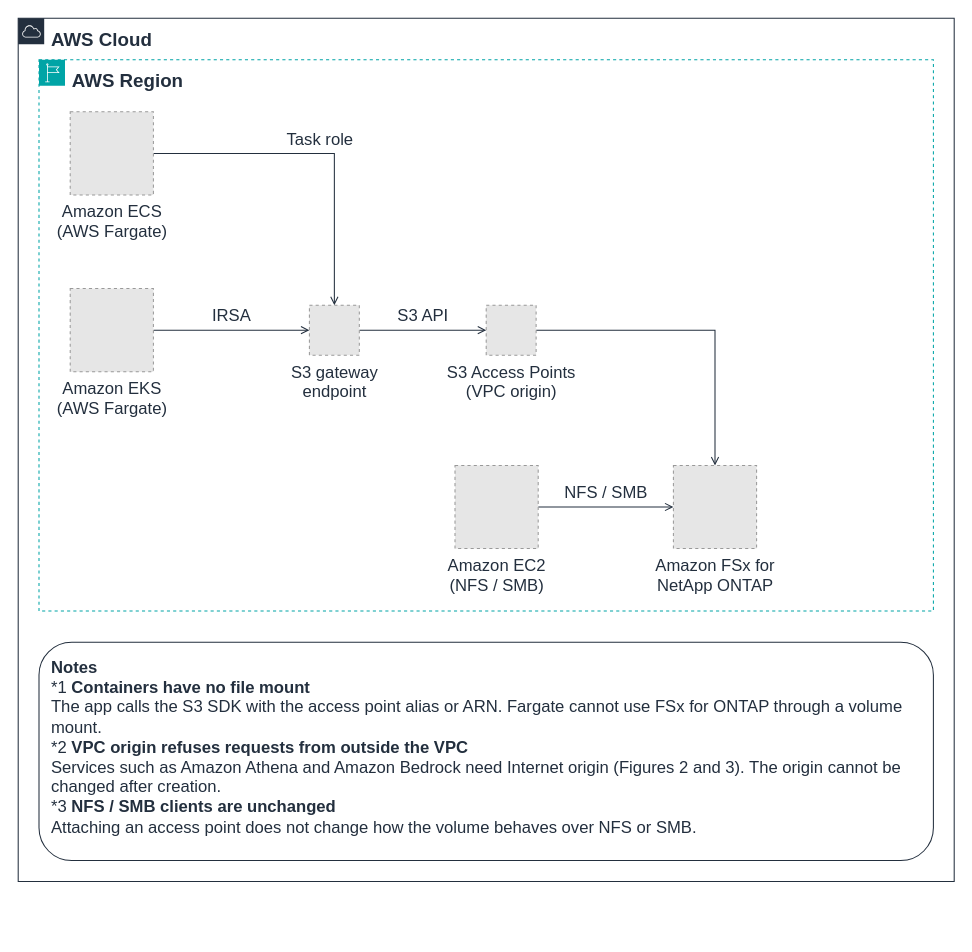
The draw.io diagram docs/_assets/diagrams/s3ap-container-overview-en.drawio in Yoshiki0705/FSx-for-ONTAP-Container-Datastore-Patterns, before the edit. Source tidied: cells renumbered, new cells numbered last; positions are measured from the earlier drawing's top-left corner, leaving out a move shared by most shapes. Both pictures are drawn from the tidied source at 104%, with x=0, y=0 at pixel (18, 18). Pictures stored in the file or linked from it are replaced by grey dashed boxes.
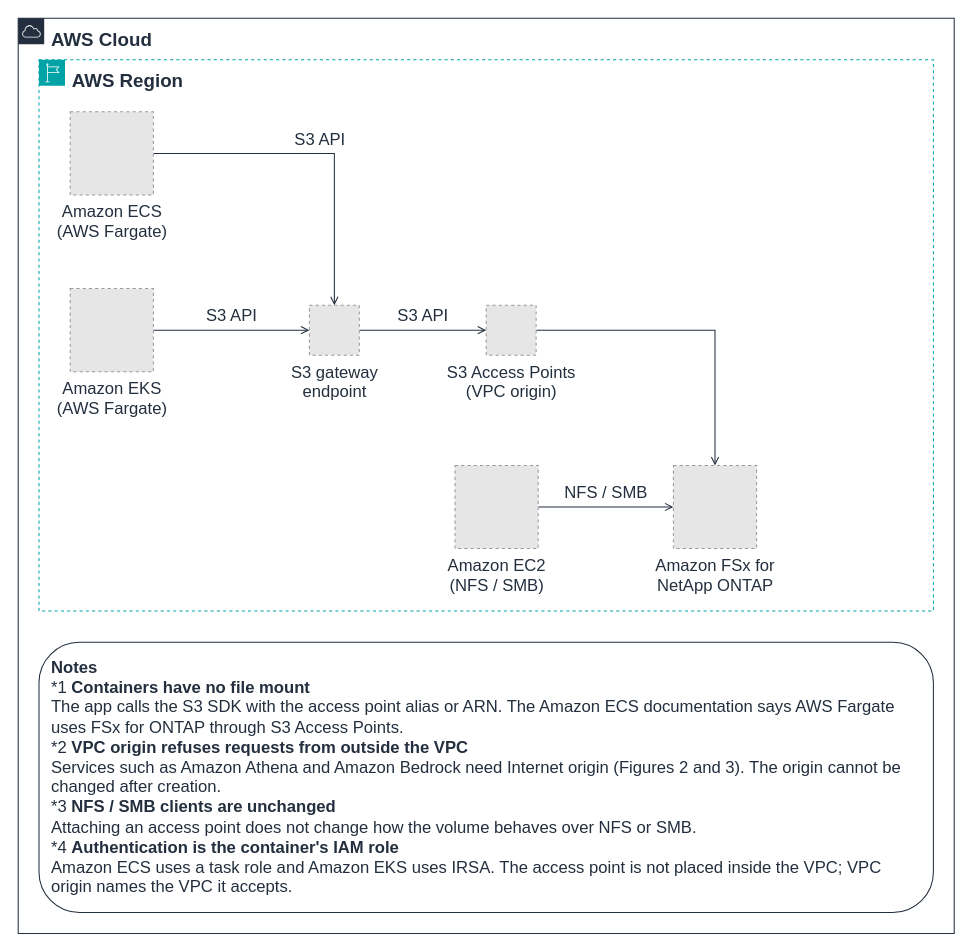
After the change.

The edit, as a diff of the source:
```diff
@@
 <mxGraphModel background="#FFFFFF">
   <root>
     <mxCell id="0" />
     <mxCell id="1" parent="0" />
-    <mxCell id="2" value="Task role" style="edgeStyle=orthogonalEdgeStyle;rounded=0;html=1;endArrow=open;endFill=0;strokeColor=#232F3E;strokeWidth=1;fontSize=16;fontColor=#232F3E;labelBackgroundColor=#FFFFFF;exitX=1.0;exitY=0.5;exitDx=0;exitDy=0;entryX=0.5;entryY=0.0;entryDx=0;entryDy=0;" parent="1" edge="1" source="10" target="12">
+    <mxCell id="2" value="S3 API" style="edgeStyle=orthogonalEdgeStyle;rounded=0;html=1;endArrow=open;endFill=0;strokeColor=#232F3E;strokeWidth=1;fontSize=16;fontColor=#232F3E;labelBackgroundColor=#FFFFFF;exitX=1.0;exitY=0.5;exitDx=0;exitDy=0;entryX=0.5;entryY=0.0;entryDx=0;entryDy=0;" parent="1" edge="1" source="10" target="12">
       <mxGeometry relative="1" as="geometry">
         <mxPoint y="-14" as="offset" />
       </mxGeometry>
     </mxCell>
-    <mxCell id="3" value="IRSA" style="edgeStyle=orthogonalEdgeStyle;rounded=0;html=1;endArrow=open;endFill=0;strokeColor=#232F3E;strokeWidth=1;fontSize=16;fontColor=#232F3E;labelBackgroundColor=#FFFFFF;exitX=1.0;exitY=0.5;exitDx=0;exitDy=0;entryX=0.0;entryY=0.5;entryDx=0;entryDy=0;" parent="1" edge="1" source="11" target="12">
+    <mxCell id="3" value="S3 API" style="edgeStyle=orthogonalEdgeStyle;rounded=0;html=1;endArrow=open;endFill=0;strokeColor=#232F3E;strokeWidth=1;fontSize=16;fontColor=#232F3E;labelBackgroundColor=#FFFFFF;exitX=1.0;exitY=0.5;exitDx=0;exitDy=0;entryX=0.0;entryY=0.5;entryDx=0;entryDy=0;" parent="1" edge="1" source="11" target="12">
       <mxGeometry relative="1" as="geometry">
         <mxPoint y="-14" as="offset" />
       </mxGeometry>
     </mxCell>
     <mxCell id="4" value="S3 API" style="edgeStyle=orthogonalEdgeStyle;rounded=0;html=1;endArrow=open;endFill=0;strokeColor=#232F3E;strokeWidth=1;fontSize=16;fontColor=#232F3E;labelBackgroundColor=#FFFFFF;exitX=1.0;exitY=0.5;exitDx=0;exitDy=0;entryX=0.0;entryY=0.5;entryDx=0;entryDy=0;" parent="1" edge="1" source="12" target="13">
       <mxGeometry relative="1" as="geometry">
         <mxPoint y="-14" as="offset" />
       </mxGeometry>
     </mxCell>
     <mxCell id="5" style="edgeStyle=orthogonalEdgeStyle;rounded=0;html=1;endArrow=open;endFill=0;strokeColor=#232F3E;strokeWidth=1;fontSize=16;fontColor=#232F3E;labelBackgroundColor=#FFFFFF;exitX=1.0;exitY=0.5;exitDx=0;exitDy=0;entryX=0.5;entryY=0.0;entryDx=0;entryDy=0;" parent="1" edge="1" source="13" target="14">
       <mxGeometry relative="1" as="geometry" />
     </mxCell>
     <mxCell id="6" value="NFS / SMB" style="edgeStyle=orthogonalEdgeStyle;rounded=0;html=1;endArrow=open;endFill=0;strokeColor=#232F3E;strokeWidth=1;fontSize=16;fontColor=#232F3E;labelBackgroundColor=#FFFFFF;exitX=1.0;exitY=0.5;exitDx=0;exitDy=0;entryX=0.0;entryY=0.5;entryDx=0;entryDy=0;" parent="1" edge="1" source="15" target="14">
       <mxGeometry relative="1" as="geometry">
         <mxPoint y="-14" as="offset" />
       </mxGeometry>
     </mxCell>
     <mxCell id="7" value="AWS Cloud" style="gradientColor=none;html=1;whiteSpace=wrap;fontSize=18;fontStyle=1;fontColor=#232F3E;shape=mxgraph.aws4.group;grIcon=mxgraph.aws4.group_aws_cloud;strokeColor=#232F3E;fillColor=none;verticalAlign=top;align=left;spacingLeft=30;spacingTop=4;dashed=0;labelBackgroundColor=#FFFFFF;" parent="1" vertex="1">
-      <mxGeometry width="900" height="830" as="geometry" />
+      <mxGeometry width="900" height="880" as="geometry" />
     </mxCell>
     <mxCell id="8" value="AWS Region" style="gradientColor=none;html=1;whiteSpace=wrap;fontSize=18;fontStyle=1;fontColor=#232F3E;shape=mxgraph.aws4.group;grIcon=mxgraph.aws4.group_region;strokeColor=#00A4A6;fillColor=none;verticalAlign=top;align=left;spacingLeft=30;spacingTop=4;dashed=1;labelBackgroundColor=#FFFFFF;" parent="1" vertex="1">
       <mxGeometry x="20" y="40" width="860" height="530" as="geometry" />
     </mxCell>
-    <mxCell id="9" value="&lt;b&gt;Notes&lt;/b&gt;&lt;br&gt;*1 &lt;b&gt;Containers have no file mount&lt;/b&gt;&lt;br&gt;The app calls the S3 SDK with the access point alias or ARN. Fargate cannot use FSx for ONTAP through a volume mount.&lt;br&gt;*2 &lt;b&gt;VPC origin refuses requests from outside the VPC&lt;/b&gt;&lt;br&gt;Services such as Amazon Athena and Amazon Bedrock need Internet origin (Figures 2 and 3). The origin cannot be changed after creation.&lt;br&gt;*3 &lt;b&gt;NFS / SMB clients are unchanged&lt;/b&gt;&lt;br&gt;Attaching an access point does not change how the volume behaves over NFS or SMB." style="rounded=1;whiteSpace=wrap;html=1;strokeColor=#232F3E;fillColor=none;fontColor=#232F3E;fontSize=16;verticalAlign=top;align=left;spacingLeft=10;spacingRight=10;spacingTop=8;" parent="1" vertex="1">
-      <mxGeometry x="20" y="600" width="860" height="210" as="geometry" />
+    <mxCell id="9" value="&lt;b&gt;Notes&lt;/b&gt;&lt;br&gt;*1 &lt;b&gt;Containers have no file mount&lt;/b&gt;&lt;br&gt;The app calls the S3 SDK with the access point alias or ARN. The Amazon ECS documentation says AWS Fargate uses FSx for ONTAP through S3 Access Points.&lt;br&gt;*2 &lt;b&gt;VPC origin refuses requests from outside the VPC&lt;/b&gt;&lt;br&gt;Services such as Amazon Athena and Amazon Bedrock need Internet origin (Figures 2 and 3). The origin cannot be changed after creation.&lt;br&gt;*3 &lt;b&gt;NFS / SMB clients are unchanged&lt;/b&gt;&lt;br&gt;Attaching an access point does not change how the volume behaves over NFS or SMB.&lt;br&gt;*4 &lt;b&gt;Authentication is the container's IAM role&lt;/b&gt;&lt;br&gt;Amazon ECS uses a task role and Amazon EKS uses IRSA. The access point is not placed inside the VPC; VPC origin names the VPC it accepts." style="rounded=1;whiteSpace=wrap;html=1;strokeColor=#232F3E;fillColor=none;fontColor=#232F3E;fontSize=16;verticalAlign=top;align=left;spacingLeft=10;spacingRight=10;spacingTop=8;" parent="1" vertex="1">
+      <mxGeometry x="20" y="600" width="860" height="260" as="geometry" />
     </mxCell>
     <mxCell id="10" value="Amazon ECS&lt;br&gt;(AWS Fargate)" style="fillColor=#E6E6E6;strokeColor=#999999;dashed=1;html=1;verticalLabelPosition=bottom;verticalAlign=top;labelPosition=center;align=center;fontSize=16;fontColor=#232F3E;" parent="1" vertex="1">
       <mxGeometry x="50" y="90" width="80" height="80" as="geometry" />
     </mxCell>
     <mxCell id="11" value="Amazon EKS&lt;br&gt;(AWS Fargate)" style="fillColor=#E6E6E6;strokeColor=#999999;dashed=1;html=1;verticalLabelPosition=bottom;verticalAlign=top;labelPosition=center;align=center;fontSize=16;fontColor=#232F3E;" parent="1" vertex="1">
       <mxGeometry x="50" y="260" width="80" height="80" as="geometry" />
     </mxCell>
     <mxCell id="12" value="S3 gateway&lt;br&gt;endpoint" style="fillColor=#E6E6E6;strokeColor=#999999;dashed=1;html=1;verticalLabelPosition=bottom;verticalAlign=top;labelPosition=center;align=center;fontSize=16;fontColor=#232F3E;" parent="1" vertex="1">
       <mxGeometry x="280" y="276" width="48" height="48" as="geometry" />
     </mxCell>
     <mxCell id="13" value="S3 Access Points&lt;br&gt;(VPC origin)" style="fillColor=#E6E6E6;strokeColor=#999999;dashed=1;html=1;verticalLabelPosition=bottom;verticalAlign=top;labelPosition=center;align=center;fontSize=16;fontColor=#232F3E;" parent="1" vertex="1">
       <mxGeometry x="450" y="276" width="48" height="48" as="geometry" />
     </mxCell>
     <mxCell id="14" value="Amazon FSx for&lt;br&gt;NetApp ONTAP" style="fillColor=#E6E6E6;strokeColor=#999999;dashed=1;html=1;verticalLabelPosition=bottom;verticalAlign=top;labelPosition=center;align=center;fontSize=16;fontColor=#232F3E;" parent="1" vertex="1">
       <mxGeometry x="630" y="430" width="80" height="80" as="geometry" />
     </mxCell>
     <mxCell id="15" value="Amazon EC2&lt;br&gt;(NFS / SMB)" style="fillColor=#E6E6E6;strokeColor=#999999;dashed=1;html=1;verticalLabelPosition=bottom;verticalAlign=top;labelPosition=center;align=center;fontSize=16;fontColor=#232F3E;" parent="1" vertex="1">
       <mxGeometry x="420" y="430" width="80" height="80" as="geometry" />
     </mxCell>
   </root>
 </mxGraphModel>
```
